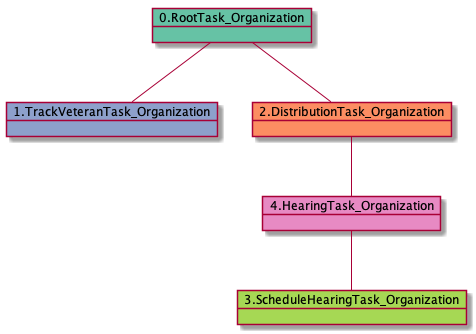
Earlier version of the PlantUML export docs-H/uml/RTO.TVTO-42769.png (yoomlam/graphing).
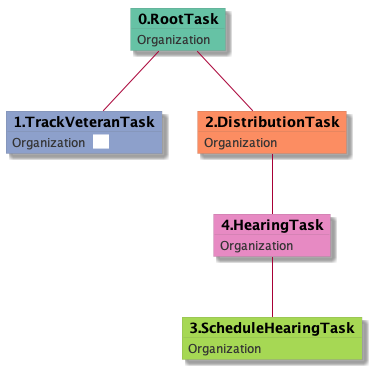
Above is the later version.

The edit, as a diff of the source:
```diff
@@ -1,11 +1,29 @@
 @startuml
-object 0.RootTask_Organization #66c2a5
-object 1.TrackVeteranTask_Organization #8da0cb
-object 2.DistributionTask_Organization #fc8d62
-object 3.ScheduleHearingTask_Organization #a6d854
-object 4.HearingTask_Organization #e78ac3
-0.RootTask_Organization -- 1.TrackVeteranTask_Organization
-0.RootTask_Organization -- 2.DistributionTask_Organization
-4.HearingTask_Organization -- 3.ScheduleHearingTask_Organization
-2.DistributionTask_Organization -- 4.HearingTask_Organization
+skinparam {
+  ObjectBorderColor #555
+  ObjectBorderThickness 0
+  ObjectFontStyle bold
+  ObjectFontSize 14
+  ObjectAttributeFontColor #333
+  ObjectAttributeFontSize 12
+}
+  object 0.RootTask #66c2a5 {
+Organization
+}
+  object 1.TrackVeteranTask #8da0cb {
+Organization  <back:white>    </back>
+}
+  object 2.DistributionTask #fc8d62 {
+Organization
+}
+  object 3.ScheduleHearingTask #a6d854 {
+Organization
+}
+  object 4.HearingTask #e78ac3 {
+Organization
+}
+0.RootTask -- 1.TrackVeteranTask
+0.RootTask -- 2.DistributionTask
+4.HearingTask -- 3.ScheduleHearingTask
+2.DistributionTask -- 4.HearingTask
 @enduml
```
